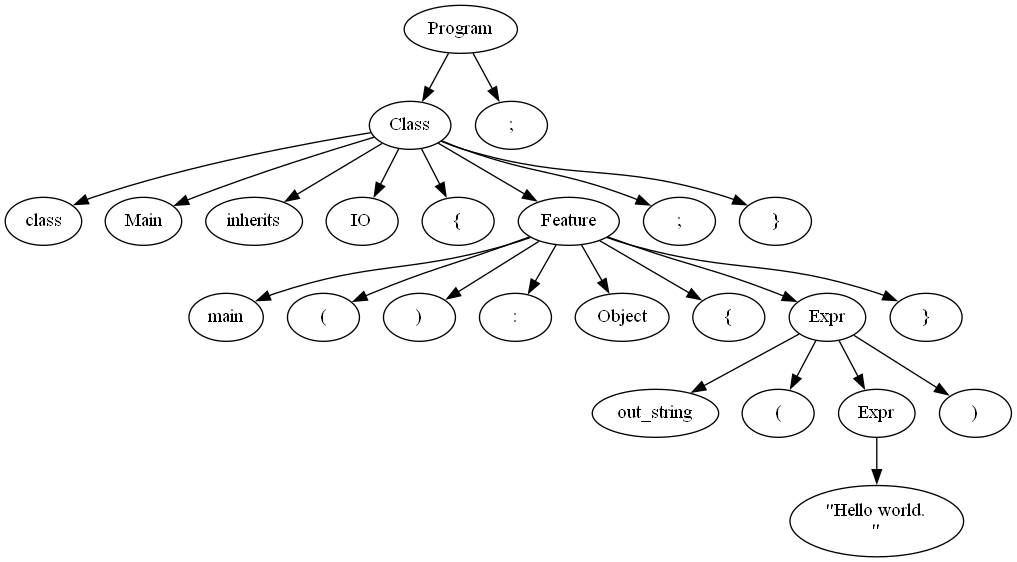
Earlier version of the Graphviz export output.gv.png (Manuel-Archila/Proyecto0_CC). Its source is kept beside it as output.gv. The source it was exported from:
```dot
digraph {
	0 [label=Program]
	0 -> 1
	1 [label=Class]
	1 -> 2
	2 [label=class]
	1 -> 3
	3 [label=Main]
	1 -> 4
	4 [label=inherits]
	1 -> 5
	5 [label=IO]
	1 -> 6
	6 [label="{"]
	1 -> 7
	7 [label=Feature]
	7 -> 8
	8 [label=main]
	7 -> 9
	9 [label="("]
	7 -> 10
	10 [label=")"]
	7 -> 11
	11 [label=":"]
	7 -> 12
	12 [label=Object]
	7 -> 13
	13 [label="{"]
	7 -> 14
	14 [label=Expr]
	14 -> 15
	15 [label=out_string]
	14 -> 16
	16 [label="("]
	14 -> 17
	17 [label=Expr]
	17 -> 18
	18 [label="\"Hello world.\n\""]
	14 -> 19
	19 [label=")"]
	7 -> 20
	20 [label="}"]
	1 -> 21
	21 [label=";"]
	1 -> 22
	22 [label="}"]
	0 -> 23
	23 [label=";"]
}
```
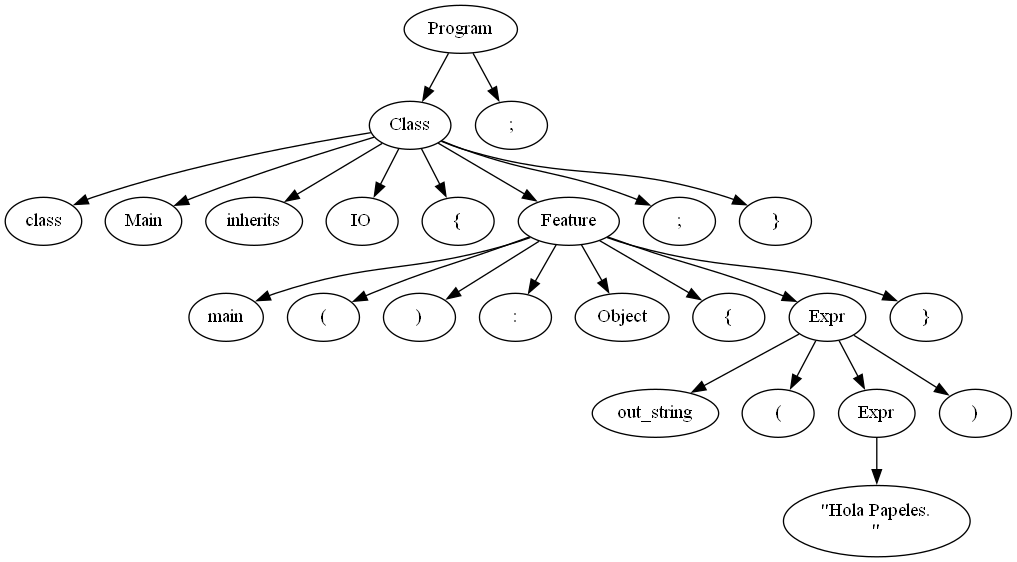
After the change.

What changed in the source:
```diff
@@ -35,7 +35,7 @@
 	14 -> 17
 	17 [label=Expr]
 	17 -> 18
-	18 [label="\"Hello world.\n\""]
+	18 [label="\"Hola Papeles.\n\""]
 	14 -> 19
 	19 [label=")"]
 	7 -> 20
```
